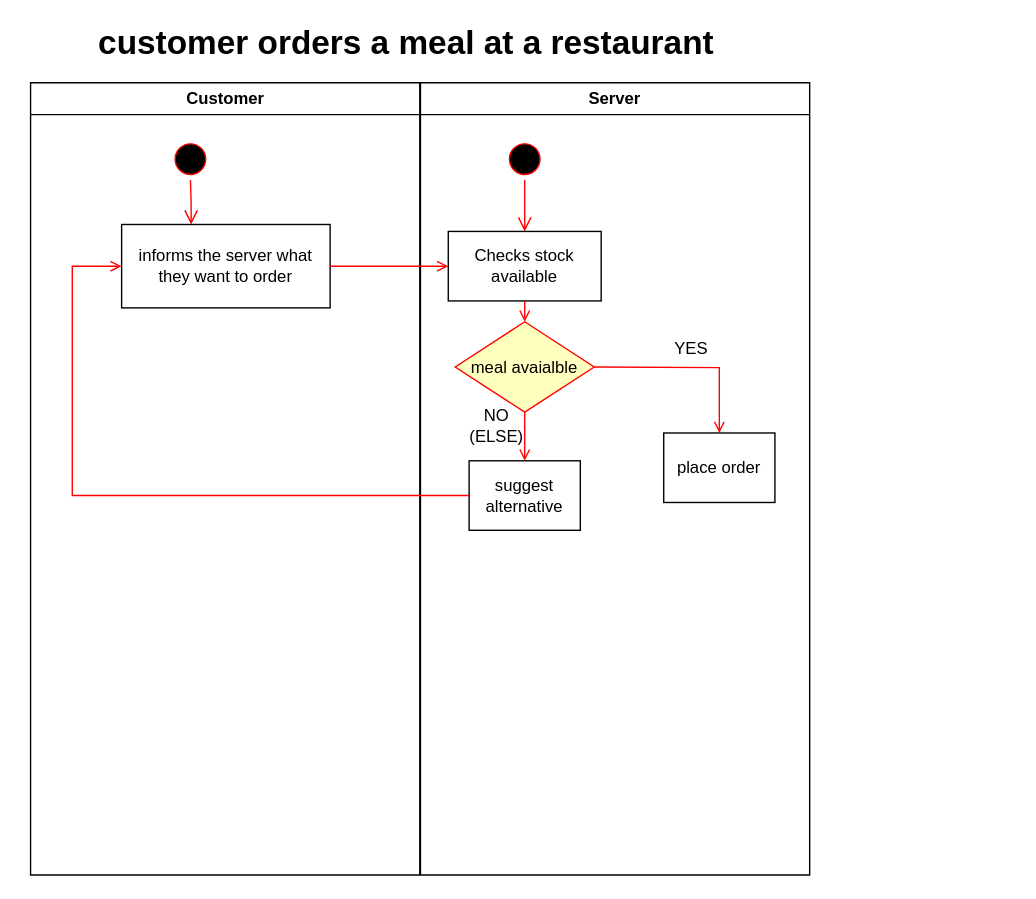
Above: documentation/Activity Diagram V2.drawio in KryptoFlamingo/Inventory_Management_App (draw.io), before the change. Source tidied: cells renumbered, new cells numbered last; positions are measured from the earlier drawing's top-left corner, leaving out a move shared by most shapes. Both pictures are drawn from the tidied source at 139%, with x=0, y=0 at pixel (24, 29).
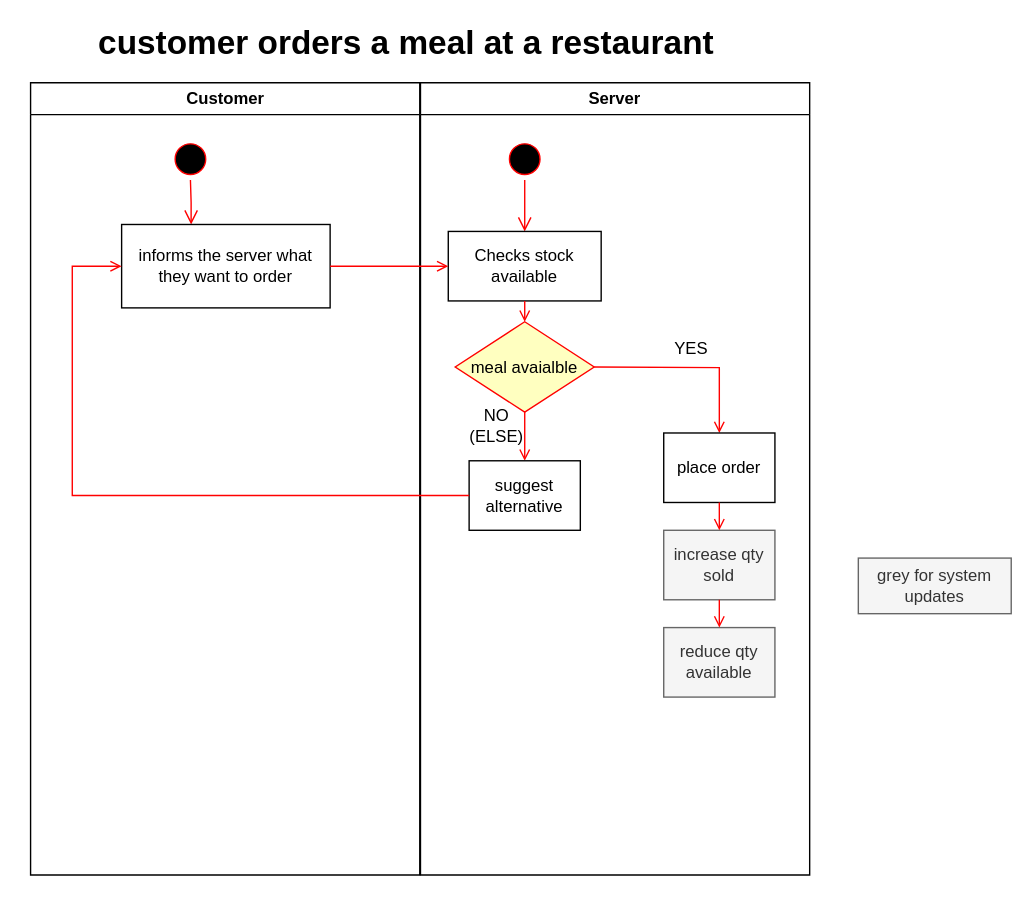
Above is the later version.

Commit message:
added system updates for stock management

The change refers to these unchanged cells:
```xml
<mxCell id="6" value="Server" style="swimlane;whiteSpace=wrap;" parent="1" vertex="1">
  <mxGeometry x="285" y="38" width="280" height="570" as="geometry" />
</mxCell>
<mxCell id="16" value="place order" style="whiteSpace=wrap;" parent="6" vertex="1">
  <mxGeometry x="175" y="252" width="80" height="50" as="geometry" />
</mxCell>
```

The edit, as a diff of the source:
```diff
@@
+    <mxCell id="21" value="increase qty sold" style="whiteSpace=wrap;fillColor=#f5f5f5;strokeColor=#666666;fontColor=#333333;" parent="6" vertex="1">
+      <mxGeometry x="175" y="322" width="80" height="50" as="geometry" />
+    </mxCell>
+    <mxCell id="22" value="reduce qty available" style="whiteSpace=wrap;fillColor=#f5f5f5;strokeColor=#666666;fontColor=#333333;" parent="6" vertex="1">
+      <mxGeometry x="175" y="392" width="80" height="50" as="geometry" />
+    </mxCell>
+    <mxCell id="23" style="endArrow=open;strokeColor=#FF0000;endFill=1;rounded=0;entryX=0.5;entryY=0;entryDx=0;entryDy=0;exitX=0.5;exitY=1;exitDx=0;exitDy=0;" parent="6" edge="1" source="16" target="21">
+      <mxGeometry relative="1" as="geometry" />
+    </mxCell>
+    <mxCell id="24" style="endArrow=open;strokeColor=#FF0000;endFill=1;rounded=0;entryX=0.5;entryY=0;entryDx=0;entryDy=0;exitX=0.5;exitY=1;exitDx=0;exitDy=0;" parent="6" edge="1" source="21" target="22">
+      <mxGeometry relative="1" as="geometry" />
+    </mxCell>
@@
+    <mxCell id="25" value="grey for system updates" style="text;html=1;strokeColor=#666666;fillColor=#f5f5f5;align=center;verticalAlign=middle;whiteSpace=wrap;rounded=0;fontColor=#333333;strokeWidth=1;" parent="1" vertex="1">
+      <mxGeometry x="600" y="380" width="110" height="40" as="geometry" />
+    </mxCell>
```
